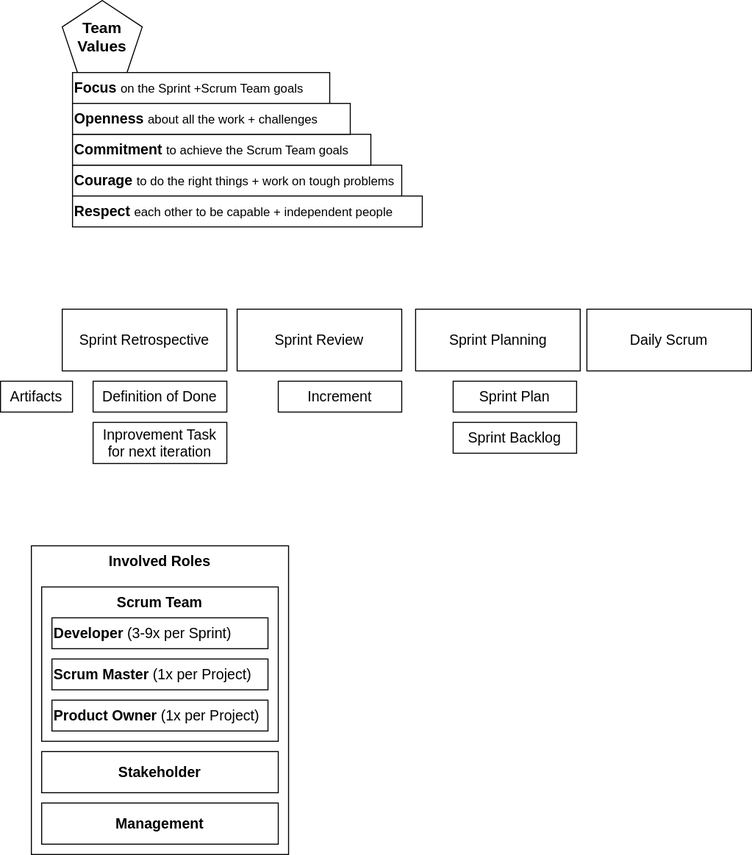
FullByte/FullByte.github.io keeps this draw.io diagram as docs/tech/projects/scrum.drawio.svg. Above is the earlier version. Source tidied: cells renumbered, new cells last; positions are measured from the earlier drawing's top-left corner, leaving out a move shared by most shapes. Its diagram source:
```xml
<mxGraphModel>
  <root>
    <mxCell id="0" />
    <mxCell id="1" parent="0" />
    <mxCell id="2" value="Involved Roles" style="rounded=0;whiteSpace=wrap;html=1;fontSize=14;verticalAlign=top;fontStyle=1;" parent="1" vertex="1">
      <mxGeometry x="30" y="530" width="250" height="300" as="geometry" />
    </mxCell>
    <mxCell id="3" value="&lt;b&gt;&lt;font style=&quot;font-size: 14px&quot;&gt;Courage &lt;/font&gt;&lt;/b&gt;to do the right things + work on tough problems" style="rounded=0;whiteSpace=wrap;html=1;rotation=0;align=left;" parent="1" vertex="1">
      <mxGeometry x="70" y="160" width="320" height="30" as="geometry" />
    </mxCell>
    <mxCell id="4" value="Team&lt;br style=&quot;font-size: 15px;&quot;&gt;Values" style="whiteSpace=wrap;html=1;shape=mxgraph.basic.pentagon;fontStyle=1;fontSize=15;" parent="1" vertex="1">
      <mxGeometry x="60" width="77.8" height="70" as="geometry" />
    </mxCell>
    <mxCell id="5" value="&lt;b style=&quot;font-size: 14px&quot;&gt;Focus &lt;/b&gt;&lt;font style=&quot;font-size: 12px&quot;&gt;on the Sprint +Scrum Team goals&amp;nbsp;&lt;/font&gt;" style="rounded=0;whiteSpace=wrap;html=1;rotation=0;align=left;" parent="1" vertex="1">
      <mxGeometry x="70" y="70" width="250" height="30" as="geometry" />
    </mxCell>
    <mxCell id="6" value="&lt;b style=&quot;font-size: 14px&quot;&gt;Respect &lt;/b&gt;&lt;font style=&quot;font-size: 12px&quot;&gt;each other to be capable + independent people&lt;/font&gt;" style="rounded=0;whiteSpace=wrap;html=1;rotation=0;align=left;" parent="1" vertex="1">
      <mxGeometry x="70" y="190" width="340" height="30" as="geometry" />
    </mxCell>
    <mxCell id="7" value="&lt;b&gt;&lt;font style=&quot;font-size: 14px&quot;&gt;Commitment &lt;/font&gt;&lt;/b&gt;to achieve the Scrum Team goals" style="rounded=0;whiteSpace=wrap;html=1;rotation=0;align=left;" parent="1" vertex="1">
      <mxGeometry x="70" y="130" width="290" height="30" as="geometry" />
    </mxCell>
    <mxCell id="8" value="&lt;b&gt;&lt;font style=&quot;font-size: 14px&quot;&gt;Openness&lt;/font&gt;&lt;/b&gt; about all the work + challenges" style="rounded=0;whiteSpace=wrap;html=1;rotation=0;align=left;" parent="1" vertex="1">
      <mxGeometry x="70" y="100" width="270" height="30" as="geometry" />
    </mxCell>
    <mxCell id="9" value="Sprint Retrospective" style="rounded=0;whiteSpace=wrap;html=1;fontSize=14;" parent="1" vertex="1">
      <mxGeometry x="60" y="300" width="160" height="60" as="geometry" />
    </mxCell>
    <mxCell id="10" value="Sprint Planning" style="rounded=0;whiteSpace=wrap;html=1;fontSize=14;" parent="1" vertex="1">
      <mxGeometry x="403.5" y="300" width="160" height="60" as="geometry" />
    </mxCell>
    <mxCell id="11" value="Sprint Review" style="rounded=0;whiteSpace=wrap;html=1;fontSize=14;" parent="1" vertex="1">
      <mxGeometry x="230" y="300" width="160" height="60" as="geometry" />
    </mxCell>
    <mxCell id="12" value="Daily Scrum" style="rounded=0;whiteSpace=wrap;html=1;fontSize=14;" parent="1" vertex="1">
      <mxGeometry x="570" y="300" width="160" height="60" as="geometry" />
    </mxCell>
    <mxCell id="13" value="Scrum Team" style="rounded=0;whiteSpace=wrap;html=1;fontSize=14;verticalAlign=top;fontStyle=1;" parent="1" vertex="1">
      <mxGeometry x="40" y="570" width="230" height="150" as="geometry" />
    </mxCell>
    <mxCell id="14" value="Stakeholder" style="rounded=0;whiteSpace=wrap;html=1;fontSize=14;fontStyle=1;" parent="1" vertex="1">
      <mxGeometry x="40" y="730" width="230" height="40" as="geometry" />
    </mxCell>
    <mxCell id="15" value="&lt;b&gt;Developer &lt;/b&gt;(3-9x per Sprint)" style="rounded=0;whiteSpace=wrap;html=1;fontSize=14;align=left;" parent="1" vertex="1">
      <mxGeometry x="50" y="600" width="210" height="30" as="geometry" />
    </mxCell>
    <mxCell id="16" value="&lt;b&gt;Scrum Master&lt;/b&gt; (1x per Project)" style="rounded=0;whiteSpace=wrap;html=1;fontSize=14;align=left;" parent="1" vertex="1">
      <mxGeometry x="50" y="640" width="210" height="30" as="geometry" />
    </mxCell>
    <mxCell id="17" value="&lt;b&gt;Product Owner&lt;/b&gt; (1x per Project)" style="rounded=0;whiteSpace=wrap;html=1;fontSize=14;align=left;" parent="1" vertex="1">
      <mxGeometry x="50" y="680" width="210" height="30" as="geometry" />
    </mxCell>
    <mxCell id="18" value="Increment" style="rounded=0;whiteSpace=wrap;html=1;fontSize=14;" parent="1" vertex="1">
      <mxGeometry x="270" y="370" width="120" height="30" as="geometry" />
    </mxCell>
    <mxCell id="19" value="Definition of Done" style="rounded=0;whiteSpace=wrap;html=1;fontSize=14;" parent="1" vertex="1">
      <mxGeometry x="90" y="370" width="130" height="30" as="geometry" />
    </mxCell>
    <mxCell id="20" value="Inprovement Task for next iteration" style="rounded=0;whiteSpace=wrap;html=1;fontSize=14;" parent="1" vertex="1">
      <mxGeometry x="90" y="410" width="130" height="40" as="geometry" />
    </mxCell>
    <mxCell id="21" value="Artifacts" style="rounded=0;whiteSpace=wrap;html=1;fontSize=14;" parent="1" vertex="1">
      <mxGeometry y="370" width="70" height="30" as="geometry" />
    </mxCell>
    <mxCell id="22" value="Management" style="rounded=0;whiteSpace=wrap;html=1;fontSize=14;fontStyle=1;" parent="1" vertex="1">
      <mxGeometry x="40" y="780" width="230" height="40" as="geometry" />
    </mxCell>
    <mxCell id="23" value="Sprint Plan" style="rounded=0;whiteSpace=wrap;html=1;fontSize=14;" parent="1" vertex="1">
      <mxGeometry x="440" y="370" width="120" height="30" as="geometry" />
    </mxCell>
    <mxCell id="24" value="Sprint Backlog" style="rounded=0;whiteSpace=wrap;html=1;fontSize=14;" parent="1" vertex="1">
      <mxGeometry x="440" y="410" width="120" height="30" as="geometry" />
    </mxCell>
  </root>
</mxGraphModel>
```
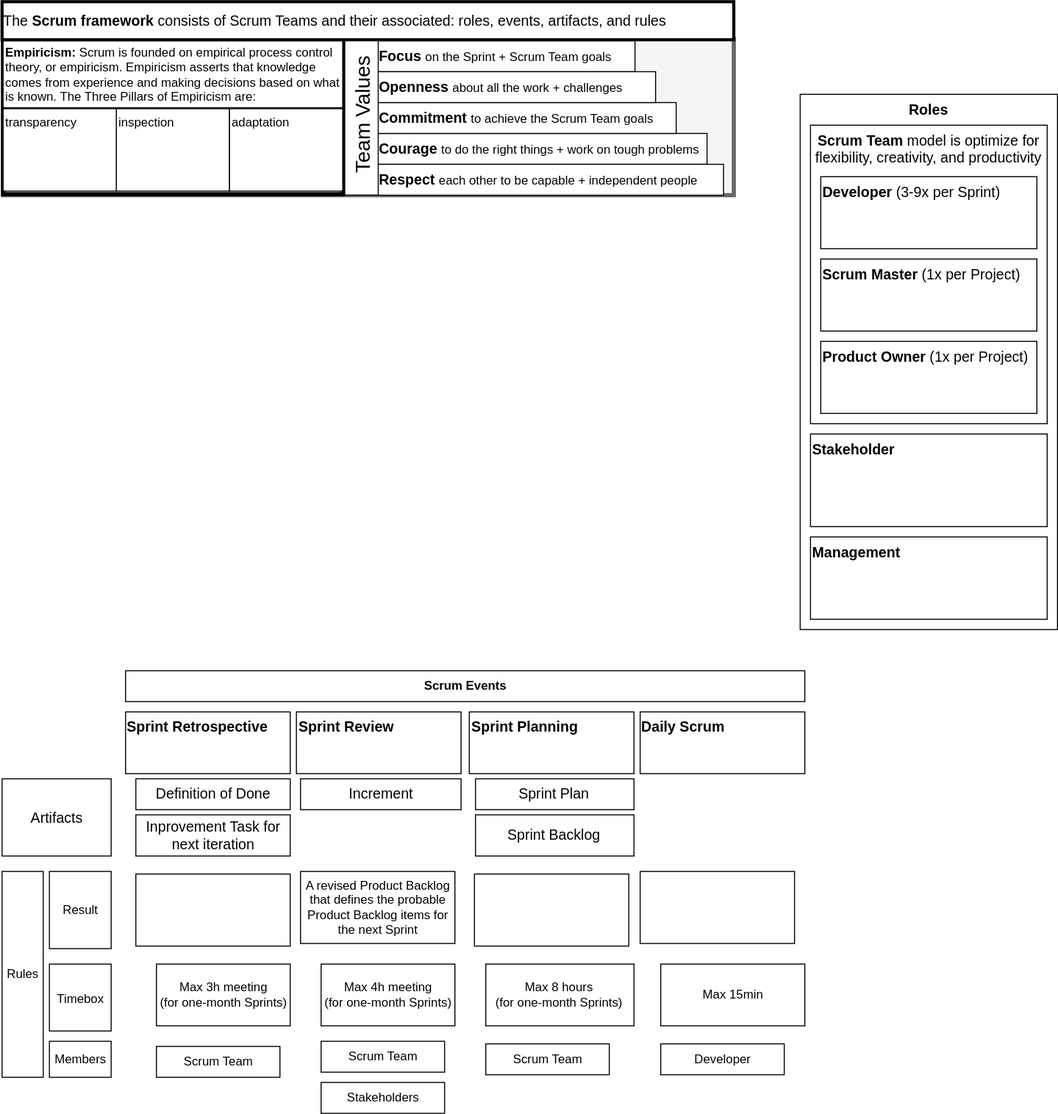
The same file after the commit.

Diff of the diagram source:
```diff
@@ -2,74 +2,149 @@
   <root>
     <mxCell id="0" />
     <mxCell id="1" parent="0" />
+    <mxCell id="25" style="rounded=0;whiteSpace=wrap;html=1;strokeWidth=4;fontSize=14;fillColor=#f5f5f5;fontColor=#333333;strokeColor=#666666;" parent="1" vertex="1">
+      <mxGeometry x="5.5" y="46" width="710" height="152" as="geometry" />
+    </mxCell>
+    <mxCell id="26" style="rounded=0;whiteSpace=wrap;html=1;strokeWidth=4;" parent="1" vertex="1">
+      <mxGeometry x="5.5" y="47" width="330" height="150" as="geometry" />
+    </mxCell>
-    <mxCell id="2" value="Involved Roles" style="rounded=0;whiteSpace=wrap;html=1;fontSize=14;verticalAlign=top;fontStyle=1;" parent="1" vertex="1">
-      <mxGeometry x="30" y="530" width="250" height="300" as="geometry" />
+    <mxCell id="2" value="Roles" style="rounded=0;whiteSpace=wrap;html=1;fontSize=14;verticalAlign=top;fontStyle=1;" parent="1" vertex="1">
+      <mxGeometry x="780" y="100" width="250" height="520" as="geometry" />
     </mxCell>
     <mxCell id="3" value="&lt;b&gt;&lt;font style=&quot;font-size: 14px&quot;&gt;Courage &lt;/font&gt;&lt;/b&gt;to do the right things + work on tough problems" style="rounded=0;whiteSpace=wrap;html=1;rotation=0;align=left;" parent="1" vertex="1">
-      <mxGeometry x="70" y="160" width="320" height="30" as="geometry" />
+      <mxGeometry x="369.5" y="138" width="320" height="30" as="geometry" />
     </mxCell>
-    <mxCell id="4" value="Team&lt;br style=&quot;font-size: 15px;&quot;&gt;Values" style="whiteSpace=wrap;html=1;shape=mxgraph.basic.pentagon;fontStyle=1;fontSize=15;" parent="1" vertex="1">
-      <mxGeometry x="60" width="77.8" height="70" as="geometry" />
-    </mxCell>
-    <mxCell id="5" value="&lt;b style=&quot;font-size: 14px&quot;&gt;Focus &lt;/b&gt;&lt;font style=&quot;font-size: 12px&quot;&gt;on the Sprint +Scrum Team goals&amp;nbsp;&lt;/font&gt;" style="rounded=0;whiteSpace=wrap;html=1;rotation=0;align=left;" parent="1" vertex="1">
-      <mxGeometry x="70" y="70" width="250" height="30" as="geometry" />
+    <mxCell id="5" value="&lt;b style=&quot;font-size: 14px&quot;&gt;Focus &lt;/b&gt;&lt;font style=&quot;font-size: 12px&quot;&gt;on the Sprint + Scrum Team goals&amp;nbsp;&lt;/font&gt;" style="rounded=0;whiteSpace=wrap;html=1;rotation=0;align=left;" parent="1" vertex="1">
+      <mxGeometry x="369.5" y="48" width="250" height="30" as="geometry" />
     </mxCell>
     <mxCell id="6" value="&lt;b style=&quot;font-size: 14px&quot;&gt;Respect &lt;/b&gt;&lt;font style=&quot;font-size: 12px&quot;&gt;each other to be capable + independent people&lt;/font&gt;" style="rounded=0;whiteSpace=wrap;html=1;rotation=0;align=left;" parent="1" vertex="1">
-      <mxGeometry x="70" y="190" width="340" height="30" as="geometry" />
+      <mxGeometry x="369.5" y="168" width="336" height="30" as="geometry" />
     </mxCell>
     <mxCell id="7" value="&lt;b&gt;&lt;font style=&quot;font-size: 14px&quot;&gt;Commitment &lt;/font&gt;&lt;/b&gt;to achieve the Scrum Team goals" style="rounded=0;whiteSpace=wrap;html=1;rotation=0;align=left;" parent="1" vertex="1">
-      <mxGeometry x="70" y="130" width="290" height="30" as="geometry" />
+      <mxGeometry x="369.5" y="108" width="290" height="30" as="geometry" />
     </mxCell>
     <mxCell id="8" value="&lt;b&gt;&lt;font style=&quot;font-size: 14px&quot;&gt;Openness&lt;/font&gt;&lt;/b&gt; about all the work + challenges" style="rounded=0;whiteSpace=wrap;html=1;rotation=0;align=left;" parent="1" vertex="1">
-      <mxGeometry x="70" y="100" width="270" height="30" as="geometry" />
+      <mxGeometry x="369.5" y="78" width="270" height="30" as="geometry" />
     </mxCell>
-    <mxCell id="9" value="Sprint Retrospective" style="rounded=0;whiteSpace=wrap;html=1;fontSize=14;" parent="1" vertex="1">
-      <mxGeometry x="60" y="300" width="160" height="60" as="geometry" />
+    <mxCell id="9" value="Sprint Retrospective" style="rounded=0;whiteSpace=wrap;html=1;fontSize=14;fontStyle=1;verticalAlign=top;align=left;" parent="1" vertex="1">
+      <mxGeometry x="124.5" y="700" width="160" height="60" as="geometry" />
     </mxCell>
-    <mxCell id="10" value="Sprint Planning" style="rounded=0;whiteSpace=wrap;html=1;fontSize=14;" parent="1" vertex="1">
-      <mxGeometry x="403.5" y="300" width="160" height="60" as="geometry" />
+    <mxCell id="10" value="Sprint Planning" style="rounded=0;whiteSpace=wrap;html=1;fontSize=14;verticalAlign=top;fontStyle=1;align=left;" parent="1" vertex="1">
+      <mxGeometry x="458.5" y="700" width="160" height="60" as="geometry" />
     </mxCell>
-    <mxCell id="11" value="Sprint Review" style="rounded=0;whiteSpace=wrap;html=1;fontSize=14;" parent="1" vertex="1">
-      <mxGeometry x="230" y="300" width="160" height="60" as="geometry" />
+    <mxCell id="11" value="Sprint Review" style="rounded=0;whiteSpace=wrap;html=1;fontSize=14;fontStyle=1;verticalAlign=top;align=left;" parent="1" vertex="1">
+      <mxGeometry x="290.5" y="700" width="160" height="60" as="geometry" />
     </mxCell>
-    <mxCell id="12" value="Daily Scrum" style="rounded=0;whiteSpace=wrap;html=1;fontSize=14;" parent="1" vertex="1">
-      <mxGeometry x="570" y="300" width="160" height="60" as="geometry" />
+    <mxCell id="12" value="Daily Scrum" style="rounded=0;whiteSpace=wrap;html=1;fontSize=14;verticalAlign=top;fontStyle=1;align=left;" parent="1" vertex="1">
+      <mxGeometry x="624.5" y="700" width="160" height="60" as="geometry" />
     </mxCell>
-    <mxCell id="13" value="Scrum Team" style="rounded=0;whiteSpace=wrap;html=1;fontSize=14;verticalAlign=top;fontStyle=1;" parent="1" vertex="1">
-      <mxGeometry x="40" y="570" width="230" height="150" as="geometry" />
+    <mxCell id="13" value="Scrum Team &lt;span style=&quot;font-weight: normal;&quot;&gt;model is&amp;nbsp;optimize for &lt;br&gt;flexibility, creativity, and productivity&lt;/span&gt;" style="rounded=0;whiteSpace=wrap;html=1;fontSize=14;verticalAlign=top;fontStyle=1;" parent="1" vertex="1">
+      <mxGeometry x="790" y="130" width="230" height="290" as="geometry" />
     </mxCell>
-    <mxCell id="14" value="Stakeholder" style="rounded=0;whiteSpace=wrap;html=1;fontSize=14;fontStyle=1;" parent="1" vertex="1">
-      <mxGeometry x="40" y="730" width="230" height="40" as="geometry" />
+    <mxCell id="14" value="Stakeholder" style="rounded=0;whiteSpace=wrap;html=1;fontSize=14;fontStyle=1;align=left;verticalAlign=top;" parent="1" vertex="1">
+      <mxGeometry x="790" y="430" width="230" height="90" as="geometry" />
     </mxCell>
-    <mxCell id="15" value="&lt;b&gt;Developer &lt;/b&gt;(3-9x per Sprint)" style="rounded=0;whiteSpace=wrap;html=1;fontSize=14;align=left;" parent="1" vertex="1">
-      <mxGeometry x="50" y="600" width="210" height="30" as="geometry" />
+    <mxCell id="15" value="&lt;b&gt;Developer &lt;/b&gt;(3-9x per Sprint)" style="rounded=0;whiteSpace=wrap;html=1;fontSize=14;align=left;verticalAlign=top;" parent="1" vertex="1">
+      <mxGeometry x="800" y="180" width="210" height="70" as="geometry" />
     </mxCell>
-    <mxCell id="16" value="&lt;b&gt;Scrum Master&lt;/b&gt; (1x per Project)" style="rounded=0;whiteSpace=wrap;html=1;fontSize=14;align=left;" parent="1" vertex="1">
-      <mxGeometry x="50" y="640" width="210" height="30" as="geometry" />
+    <mxCell id="16" value="&lt;b&gt;Scrum Master&lt;/b&gt; (1x per Project)" style="rounded=0;whiteSpace=wrap;html=1;fontSize=14;align=left;verticalAlign=top;" parent="1" vertex="1">
+      <mxGeometry x="800" y="260" width="210" height="70" as="geometry" />
     </mxCell>
-    <mxCell id="17" value="&lt;b&gt;Product Owner&lt;/b&gt; (1x per Project)" style="rounded=0;whiteSpace=wrap;html=1;fontSize=14;align=left;" parent="1" vertex="1">
-      <mxGeometry x="50" y="680" width="210" height="30" as="geometry" />
+    <mxCell id="17" value="&lt;b&gt;Product Owner&lt;/b&gt; (1x per Project)" style="rounded=0;whiteSpace=wrap;html=1;fontSize=14;align=left;verticalAlign=top;" parent="1" vertex="1">
+      <mxGeometry x="800" y="340" width="210" height="70" as="geometry" />
     </mxCell>
     <mxCell id="18" value="Increment" style="rounded=0;whiteSpace=wrap;html=1;fontSize=14;" parent="1" vertex="1">
-      <mxGeometry x="270" y="370" width="120" height="30" as="geometry" />
+      <mxGeometry x="294.5" y="765" width="156" height="30" as="geometry" />
     </mxCell>
     <mxCell id="19" value="Definition of Done" style="rounded=0;whiteSpace=wrap;html=1;fontSize=14;" parent="1" vertex="1">
-      <mxGeometry x="90" y="370" width="130" height="30" as="geometry" />
+      <mxGeometry x="134.5" y="765" width="150" height="30" as="geometry" />
     </mxCell>
     <mxCell id="20" value="Inprovement Task for next iteration" style="rounded=0;whiteSpace=wrap;html=1;fontSize=14;" parent="1" vertex="1">
-      <mxGeometry x="90" y="410" width="130" height="40" as="geometry" />
+      <mxGeometry x="134.5" y="800" width="150" height="40" as="geometry" />
     </mxCell>
     <mxCell id="21" value="Artifacts" style="rounded=0;whiteSpace=wrap;html=1;fontSize=14;" parent="1" vertex="1">
-      <mxGeometry y="370" width="70" height="30" as="geometry" />
+      <mxGeometry x="4.5" y="765" width="106" height="75" as="geometry" />
     </mxCell>
-    <mxCell id="22" value="Management" style="rounded=0;whiteSpace=wrap;html=1;fontSize=14;fontStyle=1;" parent="1" vertex="1">
-      <mxGeometry x="40" y="780" width="230" height="40" as="geometry" />
+    <mxCell id="22" value="Management" style="rounded=0;whiteSpace=wrap;html=1;fontSize=14;fontStyle=1;align=left;verticalAlign=top;" parent="1" vertex="1">
+      <mxGeometry x="790" y="530" width="230" height="80" as="geometry" />
     </mxCell>
     <mxCell id="23" value="Sprint Plan" style="rounded=0;whiteSpace=wrap;html=1;fontSize=14;" parent="1" vertex="1">
-      <mxGeometry x="440" y="370" width="120" height="30" as="geometry" />
+      <mxGeometry x="464.5" y="765" width="154" height="30" as="geometry" />
     </mxCell>
     <mxCell id="24" value="Sprint Backlog" style="rounded=0;whiteSpace=wrap;html=1;fontSize=14;" parent="1" vertex="1">
-      <mxGeometry x="440" y="410" width="120" height="30" as="geometry" />
+      <mxGeometry x="464.5" y="800" width="154" height="40" as="geometry" />
     </mxCell>
+    <mxCell id="27" value="&lt;font style=&quot;font-size: 12px;&quot;&gt;Timebox&lt;/font&gt;" style="rounded=0;whiteSpace=wrap;html=1;fontSize=14;" parent="1" vertex="1">
+      <mxGeometry x="50.5" y="945" width="60" height="65" as="geometry" />
+    </mxCell>
+    <mxCell id="28" value="Max 4h meeting&lt;br&gt;(for one-month Sprints)" style="rounded=0;whiteSpace=wrap;html=1;" parent="1" vertex="1">
+      <mxGeometry x="314.5" y="945" width="130" height="60" as="geometry" />
+    </mxCell>
+    <mxCell id="29" value="Members" style="rounded=0;whiteSpace=wrap;html=1;" parent="1" vertex="1">
+      <mxGeometry x="50.5" y="1020" width="60" height="35" as="geometry" />
+    </mxCell>
+    <mxCell id="30" value="Scrum Team" style="rounded=0;whiteSpace=wrap;html=1;" parent="1" vertex="1">
+      <mxGeometry x="314.5" y="1020" width="120" height="30" as="geometry" />
+    </mxCell>
+    <mxCell id="31" value="Stakeholders" style="rounded=0;whiteSpace=wrap;html=1;" parent="1" vertex="1">
+      <mxGeometry x="314.5" y="1060" width="120" height="30" as="geometry" />
+    </mxCell>
+    <mxCell id="32" value="Result" style="rounded=0;whiteSpace=wrap;html=1;" parent="1" vertex="1">
+      <mxGeometry x="50.5" y="855" width="60" height="75" as="geometry" />
+    </mxCell>
+    <mxCell id="33" value="A revised Product Backlog that defines the probable Product Backlog items for the next Sprint" style="rounded=0;whiteSpace=wrap;html=1;" parent="1" vertex="1">
+      <mxGeometry x="294.5" y="855" width="150" height="70" as="geometry" />
+    </mxCell>
+    <mxCell id="34" value="Max 3h meeting&lt;br&gt;(for one-month Sprints)" style="rounded=0;whiteSpace=wrap;html=1;" parent="1" vertex="1">
+      <mxGeometry x="154.5" y="945" width="130" height="60" as="geometry" />
+    </mxCell>
+    <mxCell id="35" value="Max 8 hours&lt;br&gt;(for one-month Sprints)" style="rounded=0;whiteSpace=wrap;html=1;" parent="1" vertex="1">
+      <mxGeometry x="474.5" y="945" width="144" height="60" as="geometry" />
+    </mxCell>
+    <mxCell id="36" value="Max 15min" style="rounded=0;whiteSpace=wrap;html=1;" parent="1" vertex="1">
+      <mxGeometry x="644.5" y="945" width="140" height="60" as="geometry" />
+    </mxCell>
+    <mxCell id="37" value="Scrum Events" style="rounded=0;whiteSpace=wrap;html=1;fontStyle=1;" parent="1" vertex="1">
+      <mxGeometry x="124.5" y="660" width="660" height="30" as="geometry" />
+    </mxCell>
+    <mxCell id="38" value="Rules" style="rounded=0;whiteSpace=wrap;html=1;" parent="1" vertex="1">
+      <mxGeometry x="4.5" y="855" width="40" height="200" as="geometry" />
+    </mxCell>
+    <mxCell id="39" value="&lt;b&gt;Empiricism:&amp;nbsp;&lt;/b&gt;Scrum is founded on empirical process control theory, or empiricism. Empiricism asserts that knowledge comes from experience and making decisions based on what is known. The Three Pillars of Empiricism are:" style="rounded=0;whiteSpace=wrap;html=1;align=left;" parent="1" vertex="1">
+      <mxGeometry x="5.5" y="48" width="330" height="65" as="geometry" />
+    </mxCell>
+    <mxCell id="40" value="&lt;span style=&quot;&quot;&gt;inspection&lt;/span&gt;" style="rounded=0;whiteSpace=wrap;html=1;verticalAlign=top;align=left;" parent="1" vertex="1">
+      <mxGeometry x="115.5" y="114" width="110" height="80" as="geometry" />
+    </mxCell>
+    <mxCell id="41" value="&lt;span style=&quot;&quot;&gt;transparency&lt;/span&gt;" style="rounded=0;whiteSpace=wrap;html=1;verticalAlign=top;align=left;" parent="1" vertex="1">
+      <mxGeometry x="5.5" y="114" width="110" height="80" as="geometry" />
+    </mxCell>
+    <mxCell id="42" value="&lt;span style=&quot;&quot;&gt;adaptation&lt;/span&gt;" style="rounded=0;whiteSpace=wrap;html=1;verticalAlign=top;align=left;" parent="1" vertex="1">
+      <mxGeometry x="225.5" y="114" width="110" height="80" as="geometry" />
+    </mxCell>
+    <mxCell id="4" value="Team Values" style="rounded=0;whiteSpace=wrap;html=1;strokeWidth=1;fontStyle=0;rotation=-90;fontSize=20;" parent="1" vertex="1">
+      <mxGeometry x="275.4" y="103.3" width="156.6" height="32.5" as="geometry" />
+    </mxCell>
+    <mxCell id="43" value="The &lt;b style=&quot;font-size: 14px;&quot;&gt;Scrum framework&lt;/b&gt; consists of Scrum Teams and their associated: roles, events, artifacts, and rules" style="rounded=0;whiteSpace=wrap;html=1;align=left;fontSize=14;strokeWidth=3;" parent="1" vertex="1">
+      <mxGeometry x="4.5" y="10" width="711" height="37" as="geometry" />
+    </mxCell>
+    <mxCell id="44" value="Developer" style="rounded=0;whiteSpace=wrap;html=1;" parent="1" vertex="1">
+      <mxGeometry x="644.5" y="1022.5" width="120" height="30" as="geometry" />
+    </mxCell>
+    <mxCell id="45" value="Scrum Team" style="rounded=0;whiteSpace=wrap;html=1;" parent="1" vertex="1">
+      <mxGeometry x="474.5" y="1022.5" width="120" height="30" as="geometry" />
+    </mxCell>
+    <mxCell id="46" value="Scrum Team" style="rounded=0;whiteSpace=wrap;html=1;" parent="1" vertex="1">
+      <mxGeometry x="154.5" y="1025" width="120" height="30" as="geometry" />
+    </mxCell>
+    <mxCell id="47" style="rounded=0;whiteSpace=wrap;html=1;" parent="1" vertex="1">
+      <mxGeometry x="134.5" y="857.5" width="150" height="70" as="geometry" />
+    </mxCell>
+    <mxCell id="48" style="rounded=0;whiteSpace=wrap;html=1;" parent="1" vertex="1">
+      <mxGeometry x="463.5" y="857.5" width="150" height="70" as="geometry" />
+    </mxCell>
+    <mxCell id="49" style="rounded=0;whiteSpace=wrap;html=1;" parent="1" vertex="1">
+      <mxGeometry x="624.5" y="855" width="150" height="70" as="geometry" />
+    </mxCell>
   </root>
 </mxGraphModel>
```
